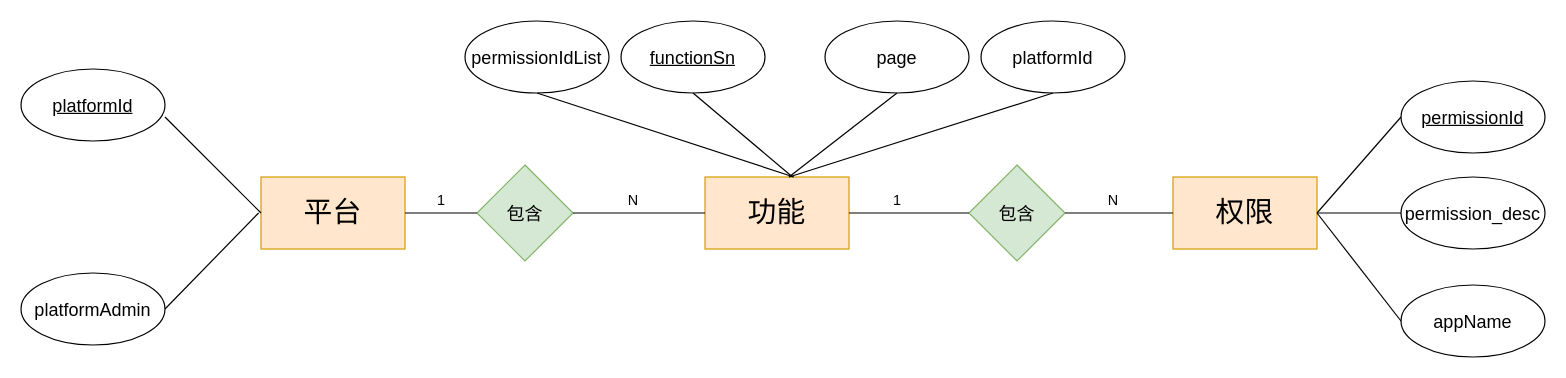
tigerchicken/2048 keeps this draw.io diagram as page "Page-2" (2 of 3) of Untitled Diagram.drawio. Above is the earlier version. Source tidied: cells renumbered, new cells numbered last; positions are measured from the earlier drawing's top-left corner, leaving out a move shared by most shapes. Both pictures are drawn from the tidied source at 120%, with x=0, y=0 at pixel (20, 20).
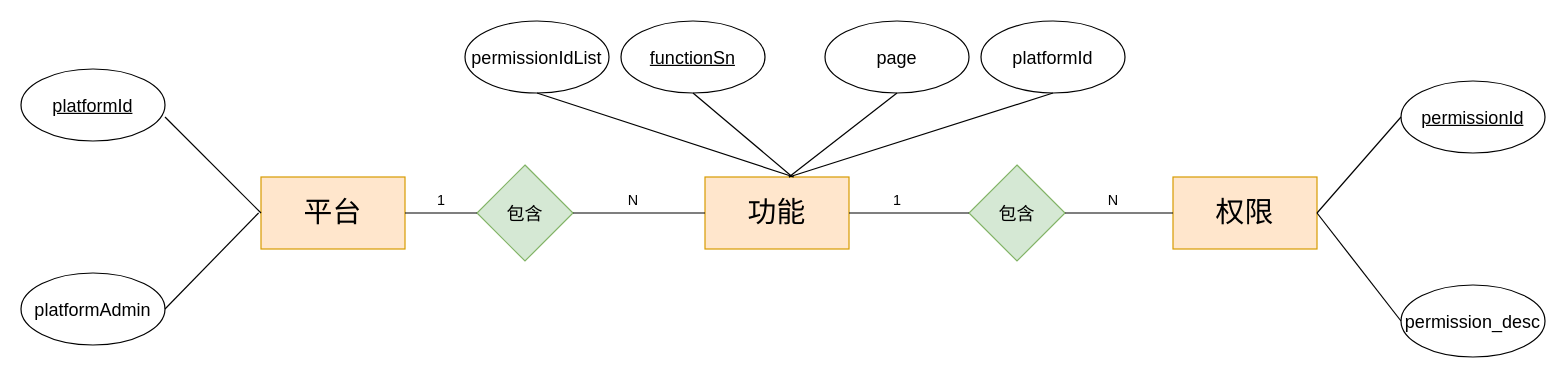
The same page after the edit.

The change refers to these unchanged cells:
```xml
<mxCell id="4" value="&lt;span style=&quot;font-size: 24px&quot;&gt;权限&lt;/span&gt;" style="rounded=0;whiteSpace=wrap;html=1;fillColor=#ffe6cc;strokeColor=#d79b00;" parent="1" vertex="1">
  <mxGeometry x="960" y="130" width="120" height="60" as="geometry" />
</mxCell>
```

The edit, as a diff of the source:
```diff
@@
-    <mxCell id="7" value="&lt;font style=&quot;font-size: 15px&quot;&gt;appName&lt;/font&gt;" style="ellipse;whiteSpace=wrap;html=1;" parent="1" vertex="1">
+    <mxCell id="7" value="&lt;span style=&quot;font-size: 15px&quot;&gt;permission_desc&lt;/span&gt;" style="ellipse;whiteSpace=wrap;html=1;" parent="1" vertex="1">
       <mxGeometry x="1150" y="220" width="120" height="60" as="geometry" />
     </mxCell>
@@
-    <mxCell id="9" value="&lt;font style=&quot;font-size: 15px&quot;&gt;permission_desc&lt;/font&gt;" style="ellipse;whiteSpace=wrap;html=1;" parent="1" vertex="1">
-      <mxGeometry x="1150" y="130" width="120" height="60" as="geometry" />
-    </mxCell>
@@
-    <mxCell id="15" style="endArrow=none;html=1;entryX=0;entryY=0.5;entryDx=0;entryDy=0;exitX=1;exitY=0.5;exitDx=0;exitDy=0;" parent="1" edge="1" source="4" target="9">
-      <mxGeometry relative="1" as="geometry" />
-    </mxCell>
```
